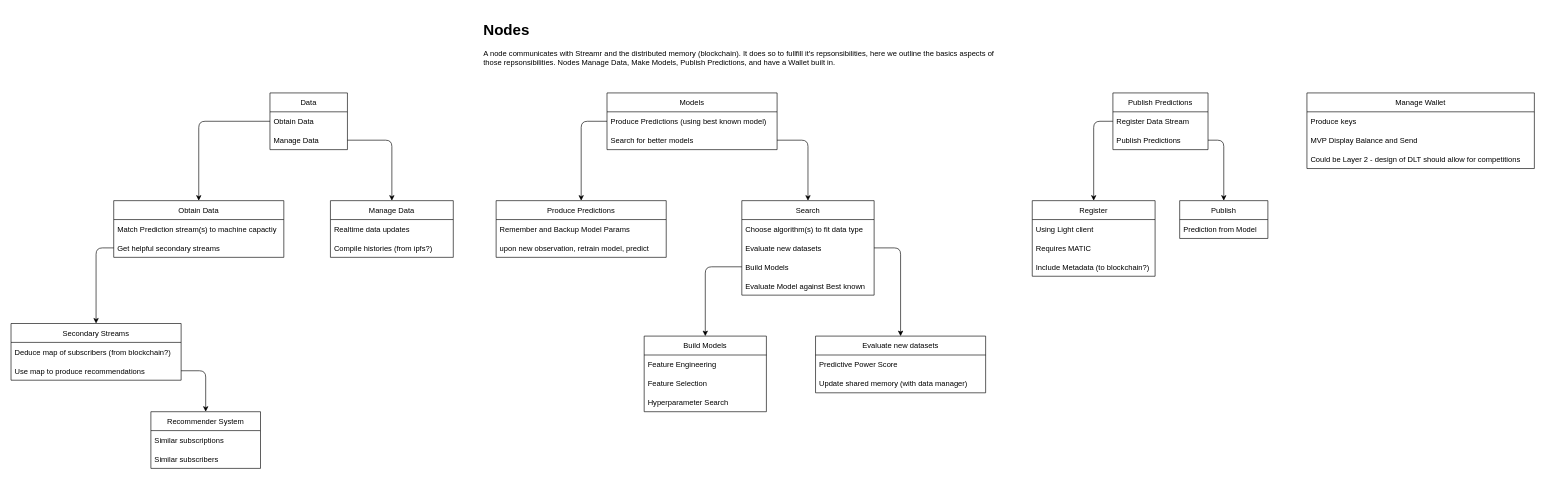
Before: docs/diagrams/node responsibility.drawio in SatoriNetwork/Satori, a draw.io diagram. Source tidied: cells renumbered, new cells numbered last; positions are measured from the earlier drawing's top-left corner, leaving out a move shared by most shapes. Both pictures are drawn from the tidied source at 63%, with x=0, y=0 at pixel (11, 17).
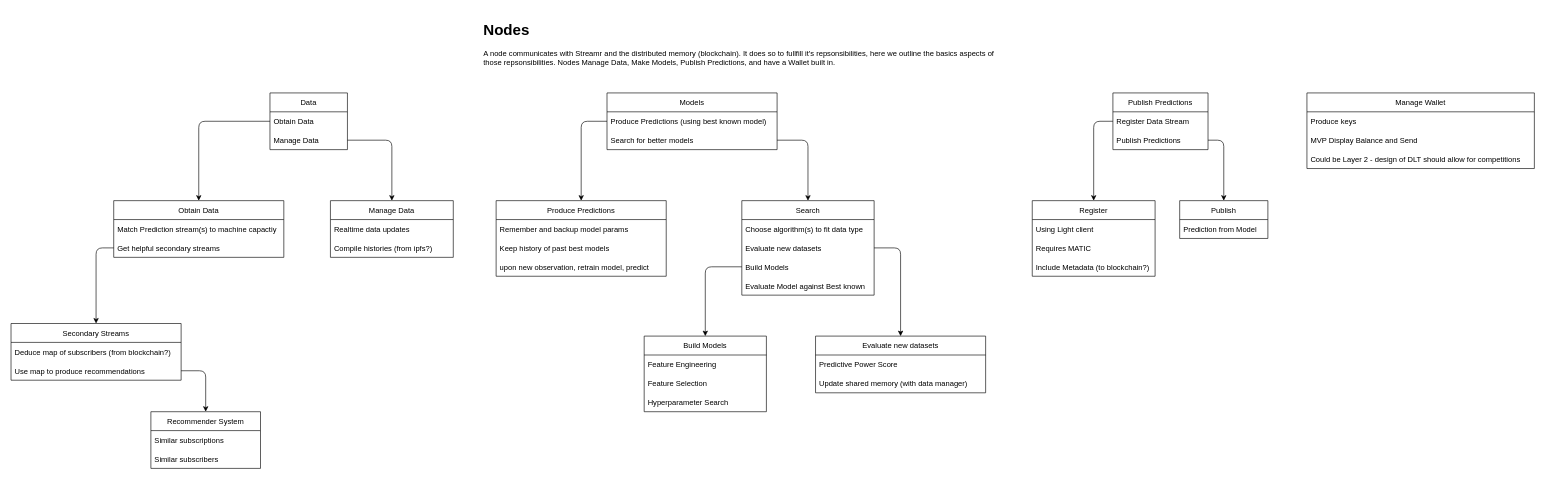
The same page after the edit.

The edit, as a diff of the source:
```diff
@@
     <mxCell id="23" value="Produce Predictions" style="swimlane;fontStyle=0;horizontal=1;startSize=30;" parent="1" vertex="1">
-      <mxGeometry x="770" y="291" width="270" height="90" as="geometry" />
+      <mxGeometry x="770" y="291" width="270" height="120" as="geometry" />
     </mxCell>
-    <mxCell id="24" value="Remember and Backup Model Params" style="text;strokeColor=none;fillColor=none;align=left;verticalAlign=middle;spacingLeft=4;spacingRight=4;overflow=hidden;" parent="23" vertex="1">
+    <mxCell id="24" value="Remember and backup model params" style="text;strokeColor=none;fillColor=none;align=left;verticalAlign=middle;spacingLeft=4;spacingRight=4;overflow=hidden;" parent="23" vertex="1">
       <mxGeometry y="30" width="270" height="30" as="geometry" />
     </mxCell>
+    <mxCell id="59" value="Keep history of past best models" style="text;strokeColor=none;fillColor=none;align=left;verticalAlign=middle;spacingLeft=4;spacingRight=4;overflow=hidden;" parent="23" vertex="1">
+      <mxGeometry y="60" width="270" height="30" as="geometry" />
+    </mxCell>
     <mxCell id="25" value="upon new observation, retrain model, predict" style="text;strokeColor=none;fillColor=none;align=left;verticalAlign=middle;spacingLeft=4;spacingRight=4;overflow=hidden;" parent="23" vertex="1">
-      <mxGeometry y="60" width="270" height="30" as="geometry" />
+      <mxGeometry y="90" width="270" height="30" as="geometry" />
     </mxCell>
```
